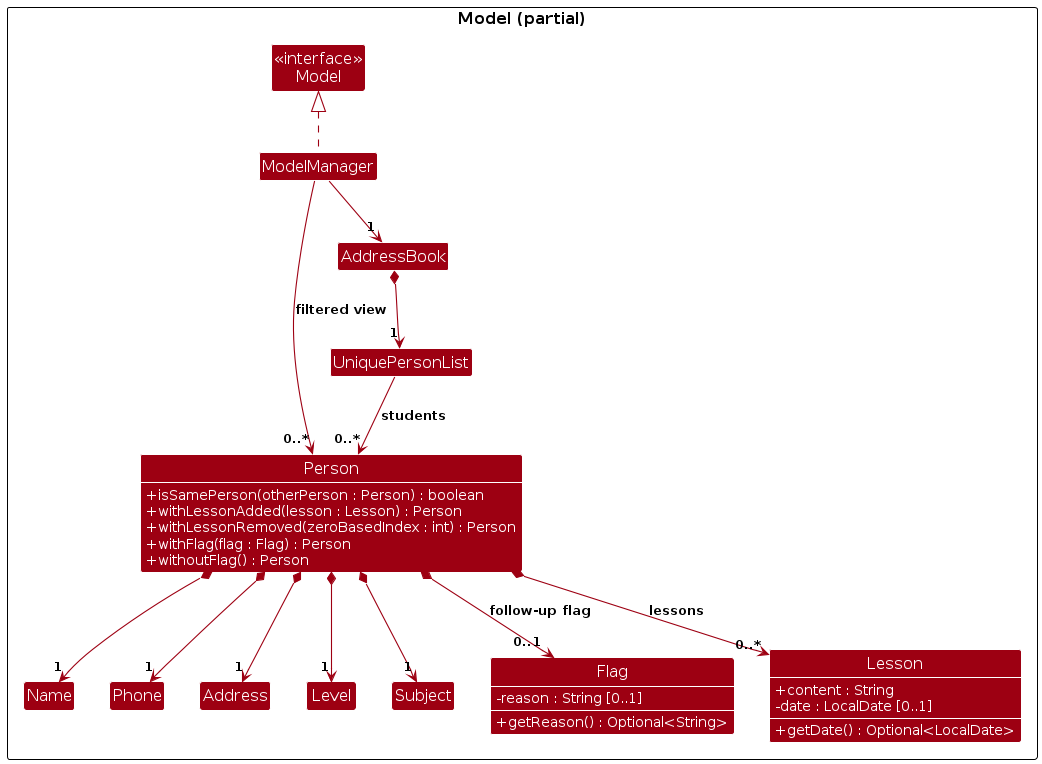
Earlier version of the PlantUML export diagrams/ModelClassDiagram.png (AY2627S1-CS2103T-T11-1/tp). Its source is kept beside it as diagrams/ModelClassDiagram.puml.
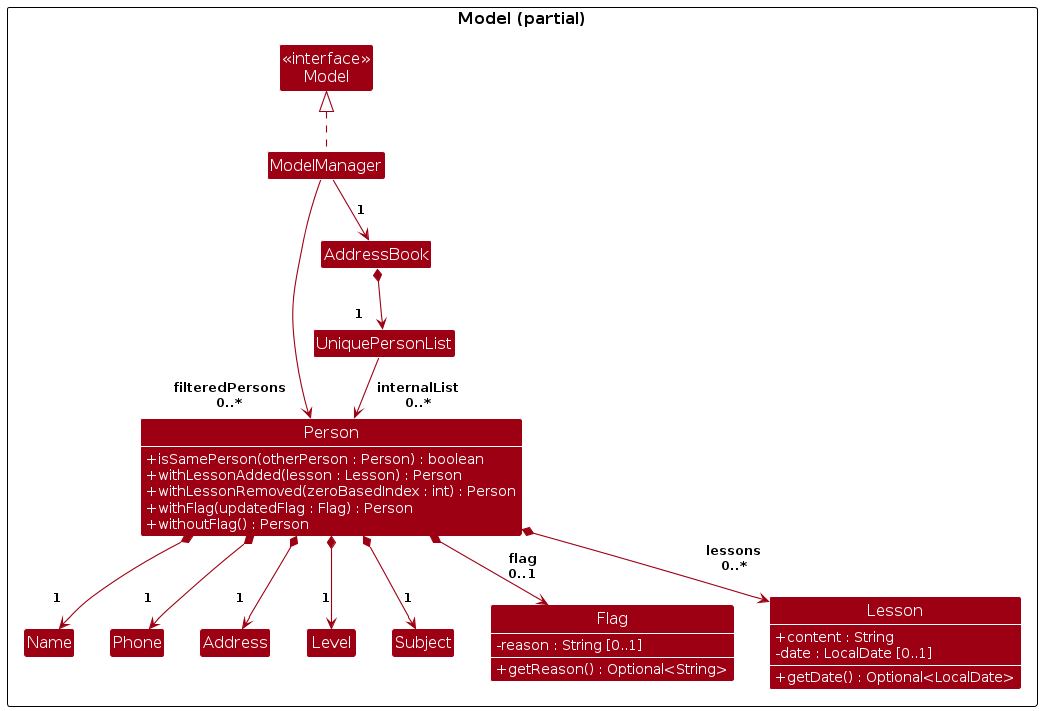
Later version of the same file.

What changed in the source:
```diff
@@ -17,7 +17,7 @@
         + isSamePerson(otherPerson : Person) : boolean
         + withLessonAdded(lesson : Lesson) : Person
         + withLessonRemoved(zeroBasedIndex : int) : Person
-        + withFlag(flag : Flag) : Person
+        + withFlag(updatedFlag : Flag) : Person
         + withoutFlag() : Person
     }
 
@@ -46,16 +46,16 @@
 hide empty members
 
 ModelManager .up.|> Model
-ModelManager -down-> "1" AddressBook
-AddressBook *-down-> "1" UniquePersonList
-UniquePersonList -down-> "0..*" Person : students
-ModelManager -right-> "0..*" Person : filtered view
+ModelManager -down-> "1\n" AddressBook
+AddressBook *-down-> "1   " UniquePersonList
+UniquePersonList -down-> "   internalList\n   0..*" Person
+ModelManager -right-> "filteredPersons   \n0..*   " Person
 
-Person *-down-> "1" Name
-Person *-down-> "1" Phone
-Person *-down-> "1" Address
-Person *-down-> "1" Level
-Person *-down-> "1" Subject
-Person *-down-> "0..*" Lesson : lessons
-Person *-down-> "0..1" Flag : follow-up flag
+Person *-down-> "1\n" Name
+Person *-down-> "1\n" Phone
+Person *-down-> "1\n" Address
+Person *-down-> "1\n" Level
+Person *-down-> "1\n" Subject
+Person *-down-> "lessons\n0..*\n" Lesson
+Person *-down-> "flag\n0..1\n" Flag
 @enduml
```
